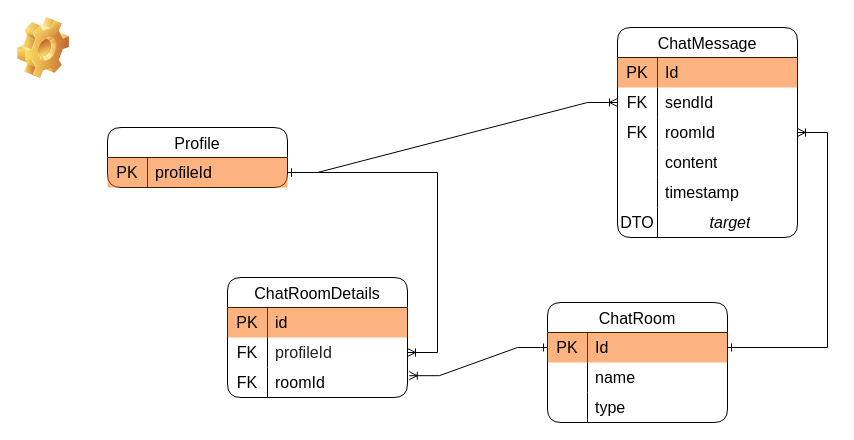
This is regret.drawio from phungvie/regret, a draw.io file, before an edit. Source tidied: cells renumbered, new cells numbered last; positions are measured from the earlier drawing's top-left corner, leaving out a move shared by most shapes. Both pictures are drawn from the tidied source at 100%, with x=0, y=0 at pixel (17, 17).
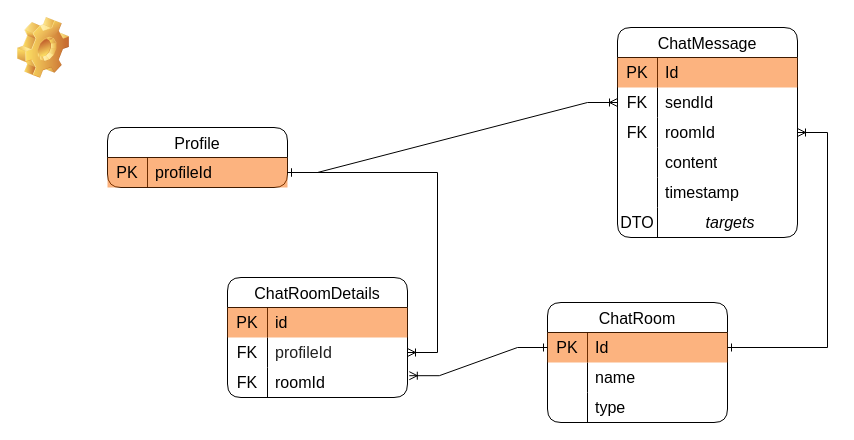
The same diagram, later.

Commit message:
Cập nhật targets DTO regret.drawio

Unchanged cells that the change refers to:
```xml
<mxCell id="28" style="shape=tableRow;horizontal=0;startSize=0;swimlaneHead=0;swimlaneBody=0;top=0;left=0;bottom=0;right=0;fillColor=none;fontSize=16;labelBackgroundColor=none;" parent="12" vertex="1">
  <mxGeometry y="180" width="180" height="30" as="geometry" />
</mxCell>
```

Diff of the diagram source:
```diff
@@
-    <mxCell id="30" value="target" style="shape=partialRectangle;html=1;whiteSpace=wrap;fillColor=none;top=0;left=0;bottom=0;right=0;align=center;spacingLeft=6;overflow=hidden;fontSize=16;labelBackgroundColor=none;fontStyle=2;" parent="28" vertex="1">
+    <mxCell id="30" value="targets" style="shape=partialRectangle;html=1;whiteSpace=wrap;fillColor=none;top=0;left=0;bottom=0;right=0;align=center;spacingLeft=6;overflow=hidden;fontSize=16;labelBackgroundColor=none;fontStyle=2;" parent="28" vertex="1">
       <mxGeometry x="40" width="140" height="30" as="geometry" />
     </mxCell>
```
